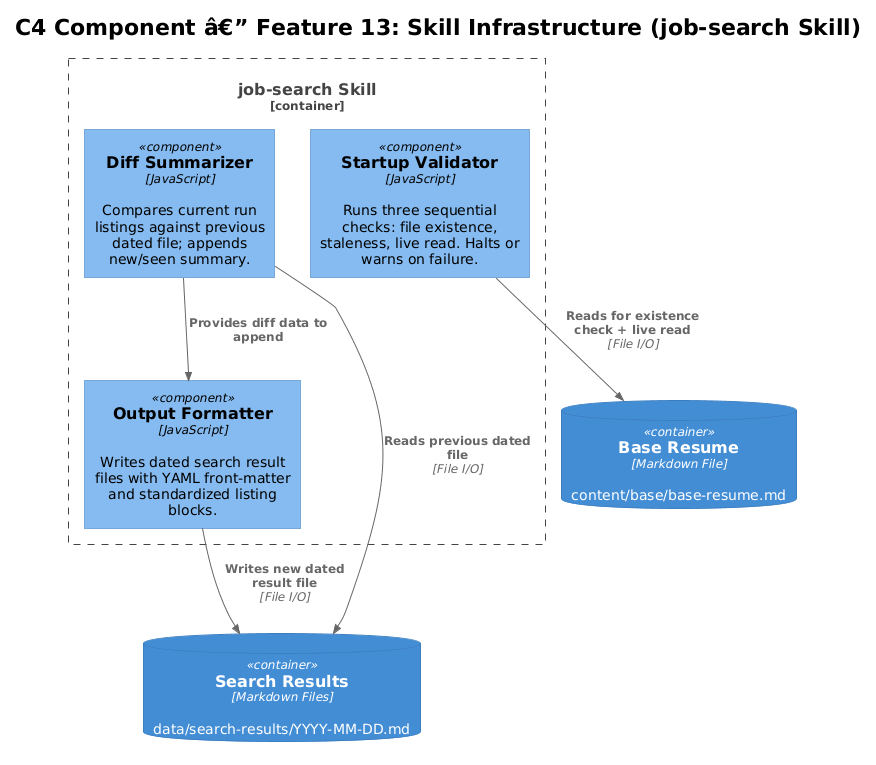
Above: docs/detailed-designs/13-skill-infrastructure/diagrams/c4_component.png in QuinntyneBrown/Orbit (PlantUML), before the change.
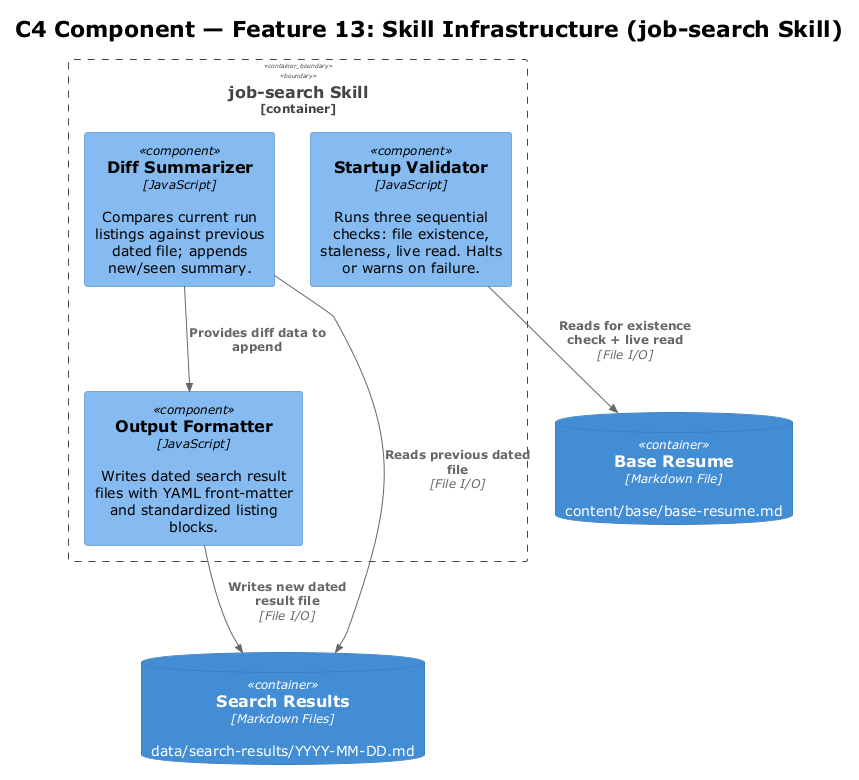
After the change.

The edit, as a diff of the source:
```diff
@@ -1,8 +1,8 @@
-@startuml
+@startuml c4_component
 !theme plain
 !include <C4/C4_Component>
 
-title C4 Component â€” Feature 13: Skill Infrastructure (job-search Skill)
+title C4 Component — Feature 13: Skill Infrastructure (job-search Skill)
 
 Container_Boundary(jobSkill, "job-search Skill") {
     Component(startupValidator, "Startup Validator", "JavaScript", "Runs three sequential checks: file existence, staleness, live read. Halts or warns on failure.")
@@ -17,4 +17,5 @@
 Rel(outputFormatter, searchResults, "Writes new dated result file", "File I/O")
 Rel(diffSummarizer, searchResults, "Reads previous dated file", "File I/O")
 Rel(diffSummarizer, outputFormatter, "Provides diff data to append")
+
 @enduml
```
